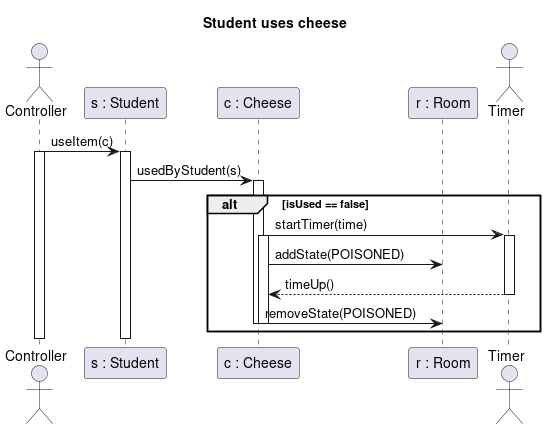
MBakter/echo keeps this PlantUML diagram as out/Reko/cheese/Student uses cheese.png. Above is the earlier version.
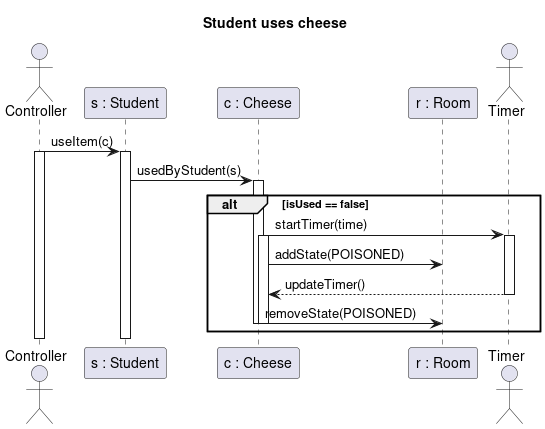
The same file after the commit.

Diff of the diagram source:
```diff
@@ -17,7 +17,7 @@
     Activate t
     Activate c
     c -> r : addState(POISONED)
-    t --> c : timeUp()
+    t --> c : updateTimer()
     Deactivate t
     c -> r : removeState(POISONED)
     Deactivate c
```
